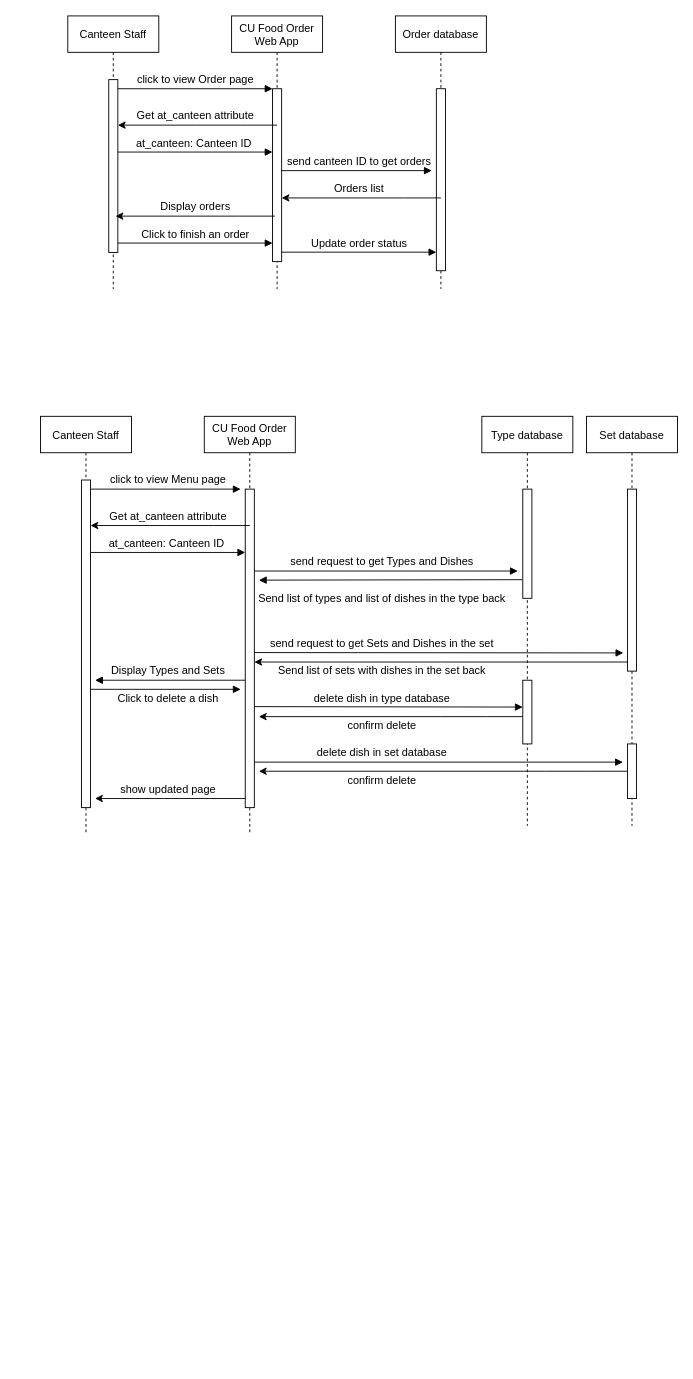
Before: Canteen_sequence.drawio in pond-nj/UML-csci3100, a draw.io diagram. Source tidied: cells renumbered, new cells numbered last; positions are measured from the earlier drawing's top-left corner, leaving out a move shared by most shapes. Both pictures are drawn from the tidied source at 91%, with x=0, y=0 at pixel (40, 15).
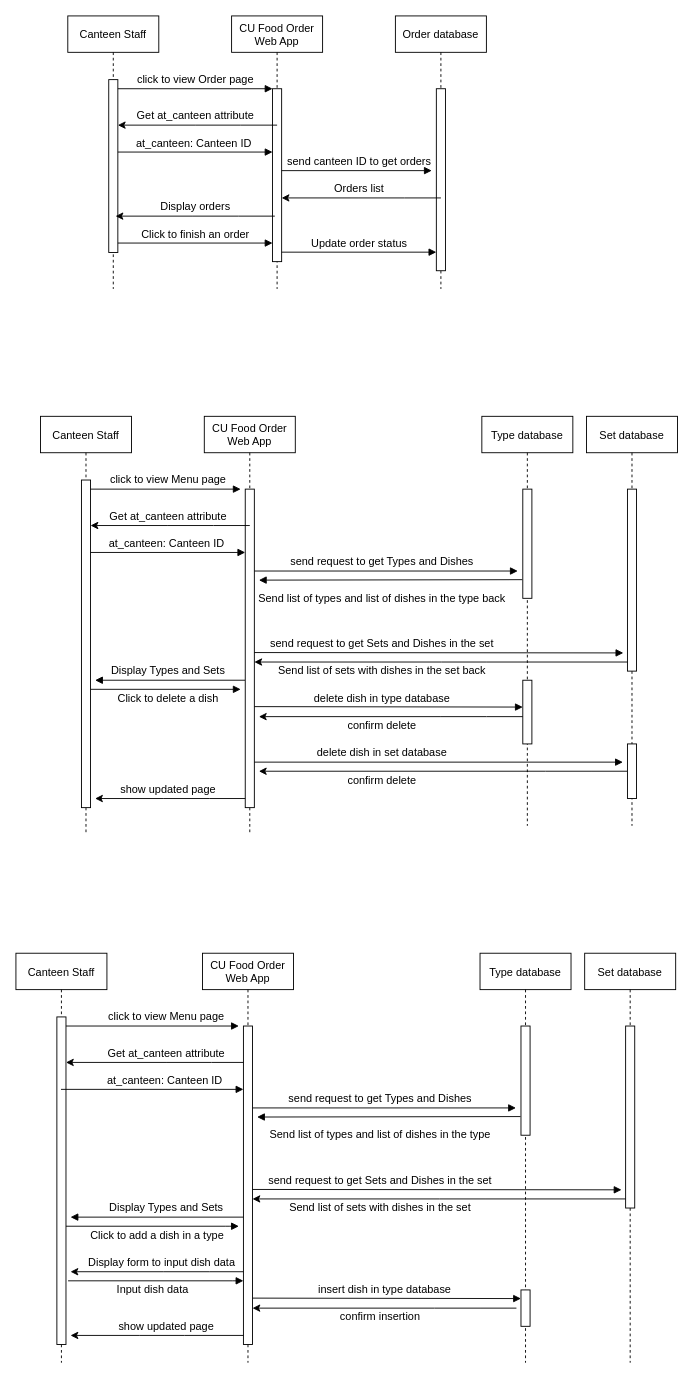
The same diagram, later.

Diff of the diagram source:
```diff
@@
+    <mxCell id="62" style="endArrow=classic;html=1;rounded=0;" parent="1" edge="1" target="69">
+      <mxGeometry relative="1" as="geometry">
+        <mxPoint x="228" y="1150" as="sourcePoint" />
+        <Array as="points">
+          <mxPoint x="188" y="1150" />
+          <mxPoint x="138" y="1150" />
+        </Array>
+      </mxGeometry>
+    </mxCell>
+    <mxCell id="63" style="endArrow=classic;html=1;rounded=0;" parent="1" edge="1">
+      <mxGeometry relative="1" as="geometry">
+        <mxPoint x="225.5" y="1380" as="sourcePoint" />
+        <mxPoint x="33" y="1380" as="targetPoint" />
+        <Array as="points">
+          <mxPoint x="185.5" y="1380" />
+          <mxPoint x="135.5" y="1380" />
+        </Array>
+      </mxGeometry>
+    </mxCell>
+    <mxCell id="64" style="verticalAlign=bottom;endArrow=block;shadow=0;strokeWidth=1;" parent="1" edge="1" source="66">
+      <mxGeometry relative="1" as="geometry">
+        <mxPoint x="218" y="1330" as="targetPoint" />
+        <Array as="points">
+          <mxPoint x="213" y="1330" />
+        </Array>
+      </mxGeometry>
+    </mxCell>
@@
+    <mxCell id="65" style="verticalAlign=bottom;endArrow=block;shadow=0;strokeWidth=1;entryX=-0.55;entryY=0.75;entryDx=0;entryDy=0;entryPerimeter=0;" parent="1" edge="1" target="80">
+      <mxGeometry relative="1" as="geometry">
+        <mxPoint x="228" y="1200" as="sourcePoint" />
+      </mxGeometry>
+    </mxCell>
+    <mxCell id="66" value="Canteen Staff" style="shape=umlLifeline;perimeter=lifelinePerimeter;rounded=0;shadow=0;strokeWidth=1;" parent="1" vertex="1">
+      <mxGeometry x="-27" y="1030" width="100" height="450" as="geometry" />
+    </mxCell>
+    <mxCell id="67" style="verticalAlign=bottom;endArrow=none;shadow=0;strokeWidth=1;startArrow=block;startFill=1;endFill=0;" parent="66" edge="1" target="70">
+      <mxGeometry relative="1" as="geometry">
+        <mxPoint x="60" y="290" as="sourcePoint" />
+      </mxGeometry>
+    </mxCell>
+    <mxCell id="68" style="endArrow=classic;html=1;rounded=0;" parent="66" edge="1" source="70">
+      <mxGeometry relative="1" as="geometry">
+        <mxPoint x="60" y="420" as="targetPoint" />
+        <Array as="points">
+          <mxPoint x="185.5" y="420" />
+          <mxPoint x="135.5" y="420" />
+        </Array>
+      </mxGeometry>
+    </mxCell>
+    <mxCell id="69" style="points=[];perimeter=orthogonalPerimeter;rounded=0;shadow=0;strokeWidth=1;" parent="66" vertex="1">
+      <mxGeometry x="45" y="70" width="10" height="360" as="geometry" />
+    </mxCell>
+    <mxCell id="70" value="CU Food Order&#10;Web App" style="shape=umlLifeline;perimeter=lifelinePerimeter;rounded=0;shadow=0;strokeWidth=1;" parent="1" vertex="1">
+      <mxGeometry x="178" y="1030" width="100" height="450" as="geometry" />
+    </mxCell>
+    <mxCell id="71" style="perimeter=orthogonalPerimeter;rounded=0;shadow=0;strokeWidth=1;" parent="70" vertex="1">
+      <mxGeometry x="45" y="80" width="10" height="350" as="geometry" />
+    </mxCell>
+    <mxCell id="72" style="verticalAlign=bottom;endArrow=block;shadow=0;strokeWidth=1;" parent="1" edge="1" source="69">
+      <mxGeometry relative="1" as="geometry">
+        <mxPoint x="218" y="1110" as="targetPoint" />
+      </mxGeometry>
+    </mxCell>
+    <mxCell id="73" value="click to view Menu page" style="text;html=1;align=center;verticalAlign=middle;strokeColor=none;fillColor=none;" parent="1" vertex="1">
+      <mxGeometry x="68" y="1090" width="140" height="20" as="geometry" />
+    </mxCell>
+    <mxCell id="74" value="send request to get Types and Dishes" style="text;html=1;align=center;verticalAlign=middle;strokeColor=none;fillColor=none;" parent="1" vertex="1">
+      <mxGeometry x="263" y="1180" width="220" height="20" as="geometry" />
+    </mxCell>
+    <mxCell id="75" value="Get at_canteen attribute" style="text;html=1;align=center;verticalAlign=middle;strokeColor=none;fillColor=none;" parent="1" vertex="1">
+      <mxGeometry x="68" y="1130" width="140" height="20" as="geometry" />
+    </mxCell>
+    <mxCell id="76" style="verticalAlign=bottom;endArrow=block;entryX=0;entryY=0;shadow=0;strokeWidth=1;" parent="1" edge="1" source="66">
+      <mxGeometry relative="1" as="geometry">
+        <mxPoint x="223" y="1179.6" as="targetPoint" />
+      </mxGeometry>
+    </mxCell>
+    <mxCell id="77" value="at_canteen: Canteen ID&amp;nbsp;" style="text;html=1;align=center;verticalAlign=middle;strokeColor=none;fillColor=none;" parent="1" vertex="1">
+      <mxGeometry x="63" y="1160" width="150" height="20" as="geometry" />
+    </mxCell>
+    <mxCell id="78" style="verticalAlign=bottom;endArrow=block;shadow=0;strokeWidth=1;entryX=-0.45;entryY=0.9;entryDx=0;entryDy=0;entryPerimeter=0;" parent="1" edge="1" target="85">
+      <mxGeometry relative="1" as="geometry">
+        <mxPoint x="233" y="1289.6" as="sourcePoint" />
+      </mxGeometry>
+    </mxCell>
+    <mxCell id="79" value="Type database" style="shape=umlLifeline;perimeter=lifelinePerimeter;rounded=0;shadow=0;strokeWidth=1;" parent="1" vertex="1">
+      <mxGeometry x="483" y="1030" width="100" height="450" as="geometry" />
+    </mxCell>
+    <mxCell id="80" style="points=[];perimeter=orthogonalPerimeter;rounded=0;shadow=0;strokeWidth=1;" parent="79" vertex="1">
+      <mxGeometry x="45" y="80" width="10" height="120" as="geometry" />
+    </mxCell>
+    <mxCell id="81" style="endArrow=classic;html=1;rounded=0;" parent="79" edge="1">
+      <mxGeometry relative="1" as="geometry">
+        <mxPoint x="165" y="270" as="sourcePoint" />
+        <mxPoint x="-250" y="270" as="targetPoint" />
+        <Array as="points">
+          <mxPoint x="5.5" y="270" />
+          <mxPoint x="-44.5" y="270" />
+        </Array>
+      </mxGeometry>
+    </mxCell>
+    <mxCell id="82" style="perimeter=orthogonalPerimeter;rounded=0;shadow=0;strokeWidth=1;" parent="79" vertex="1">
+      <mxGeometry x="45" y="370" width="10" height="40" as="geometry" />
+    </mxCell>
+    <mxCell id="83" style="verticalAlign=bottom;endArrow=block;shadow=0;strokeWidth=1;" parent="79" edge="1">
+      <mxGeometry relative="1" as="geometry">
+        <mxPoint x="-250" y="379" as="sourcePoint" />
+        <mxPoint x="45" y="379.5" as="targetPoint" />
+      </mxGeometry>
+    </mxCell>
+    <mxCell id="84" value="Set database" style="shape=umlLifeline;perimeter=lifelinePerimeter;rounded=0;shadow=0;strokeWidth=1;" parent="1" vertex="1">
+      <mxGeometry x="598" y="1030" width="100" height="450" as="geometry" />
+    </mxCell>
+    <mxCell id="85" style="points=[];perimeter=orthogonalPerimeter;rounded=0;shadow=0;strokeWidth=1;" parent="84" vertex="1">
+      <mxGeometry x="45" y="80" width="10" height="200" as="geometry" />
+    </mxCell>
+    <mxCell id="86" value="Send list of types and list of dishes in the type" style="text;html=1;align=center;verticalAlign=middle;strokeColor=none;fillColor=none;" parent="1" vertex="1">
+      <mxGeometry x="243" y="1220" width="260" height="20" as="geometry" />
+    </mxCell>
+    <mxCell id="87" value="send request to get Sets and Dishes in the set" style="text;html=1;align=center;verticalAlign=middle;strokeColor=none;fillColor=none;" parent="1" vertex="1">
+      <mxGeometry x="243" y="1270" width="260" height="20" as="geometry" />
+    </mxCell>
+    <mxCell id="88" value="Send list of sets with dishes in the set" style="text;html=1;align=center;verticalAlign=middle;strokeColor=none;fillColor=none;" parent="1" vertex="1">
+      <mxGeometry x="263" y="1300" width="220" height="20" as="geometry" />
+    </mxCell>
+    <mxCell id="89" style="verticalAlign=bottom;endArrow=none;shadow=0;strokeWidth=1;startArrow=block;startFill=1;endFill=0;" parent="1" edge="1">
+      <mxGeometry relative="1" as="geometry">
+        <mxPoint x="238" y="1210" as="sourcePoint" />
+        <mxPoint x="527.5" y="1209.5" as="targetPoint" />
+      </mxGeometry>
+    </mxCell>
+    <mxCell id="90" value="Display Types and Sets" style="text;html=1;align=center;verticalAlign=middle;strokeColor=none;fillColor=none;" parent="1" vertex="1">
+      <mxGeometry x="68" y="1300" width="140" height="20" as="geometry" />
+    </mxCell>
+    <mxCell id="91" value="Click to add a dish in a type" style="text;html=1;align=center;verticalAlign=middle;strokeColor=none;fillColor=none;" parent="1" vertex="1">
+      <mxGeometry x="48" y="1330" width="160" height="20" as="geometry" />
+    </mxCell>
+    <mxCell id="92" value="show updated page" style="text;html=1;align=center;verticalAlign=middle;strokeColor=none;fillColor=none;" parent="1" vertex="1">
+      <mxGeometry x="78" y="1430" width="120" height="20" as="geometry" />
+    </mxCell>
+    <mxCell id="93" value="Display form to input dish data" style="text;html=1;align=center;verticalAlign=middle;strokeColor=none;fillColor=none;" parent="1" vertex="1">
+      <mxGeometry x="43" y="1360" width="180" height="20" as="geometry" />
+    </mxCell>
+    <mxCell id="94" style="verticalAlign=bottom;endArrow=block;shadow=0;strokeWidth=1;" parent="1" edge="1">
+      <mxGeometry relative="1" as="geometry">
+        <mxPoint x="30.3" y="1390" as="sourcePoint" />
+        <mxPoint x="223" y="1390" as="targetPoint" />
+        <Array as="points">
+          <mxPoint x="220.7" y="1390" />
+        </Array>
+      </mxGeometry>
+    </mxCell>
+    <mxCell id="95" value="Input dish data" style="text;html=1;align=center;verticalAlign=middle;strokeColor=none;fillColor=none;" parent="1" vertex="1">
+      <mxGeometry x="78" y="1390" width="90" height="20" as="geometry" />
+    </mxCell>
+    <mxCell id="96" value="insert dish in type database" style="text;html=1;align=center;verticalAlign=middle;strokeColor=none;fillColor=none;" parent="1" vertex="1">
+      <mxGeometry x="298" y="1390" width="160" height="20" as="geometry" />
+    </mxCell>
+    <mxCell id="97" style="endArrow=classic;html=1;rounded=0;" parent="1" edge="1">
+      <mxGeometry relative="1" as="geometry">
+        <mxPoint x="523" y="1420" as="sourcePoint" />
+        <mxPoint x="233" y="1420" as="targetPoint" />
+        <Array as="points">
+          <mxPoint x="483" y="1420" />
+          <mxPoint x="433" y="1420" />
+        </Array>
+      </mxGeometry>
+    </mxCell>
+    <mxCell id="98" value="confirm insertion" style="text;html=1;align=center;verticalAlign=middle;strokeColor=none;fillColor=none;" parent="1" vertex="1">
+      <mxGeometry x="323" y="1420" width="100" height="20" as="geometry" />
+    </mxCell>
```
